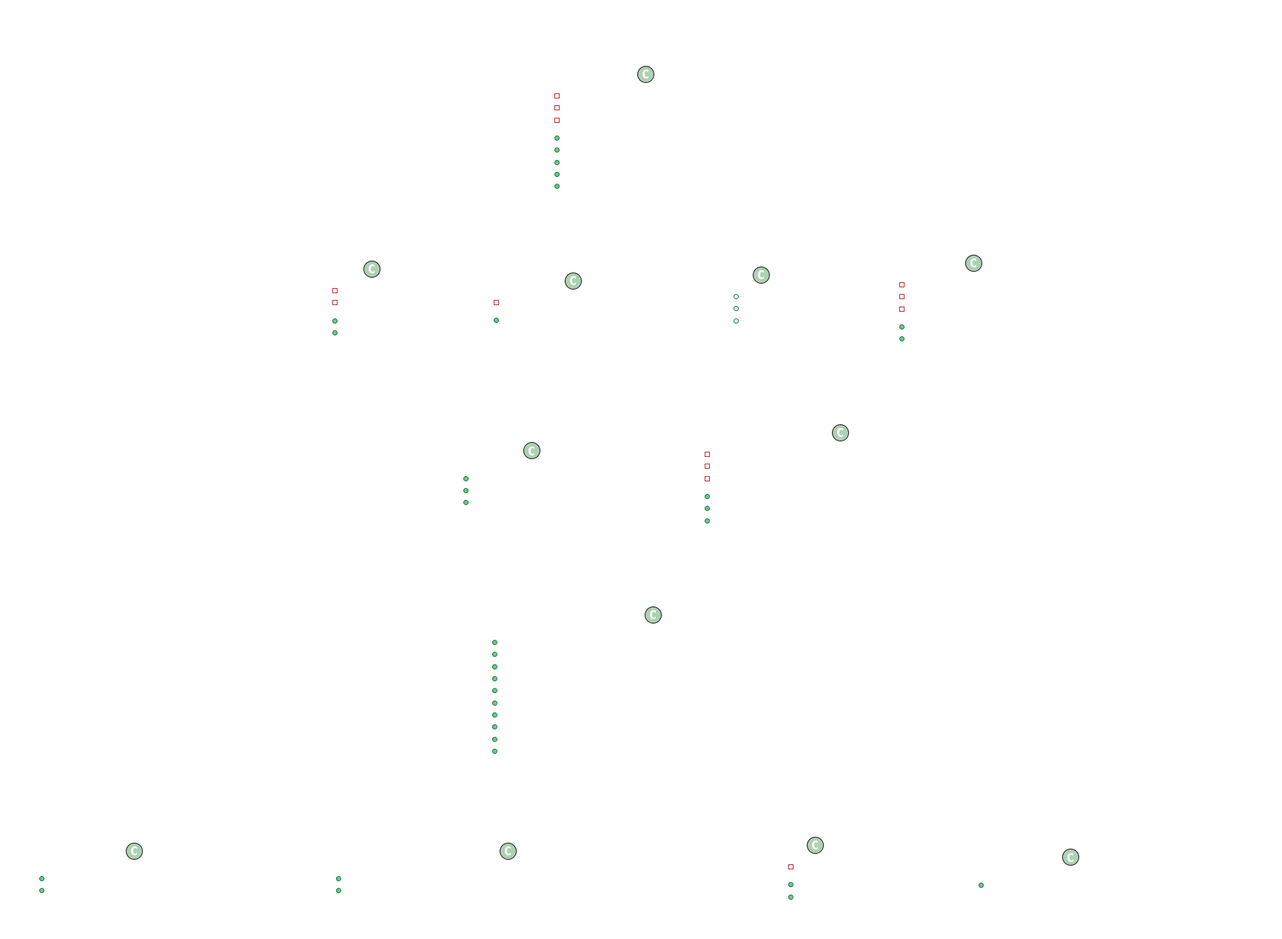
This is docs/media/react_app_package.png from INTO-CPS-Association/into-cps-application, a PlantUML export, as it was before one commit. The source it was exported from:
```plantuml
@startuml react_app_package
skinparam backgroundColor transparent
skinparam packageBackgroundColor transparent
skinparam rectangleBackgroundColor transparent
skinparam classBackgroundColor transparent
skinparam componentBackgroundColor transparent
skinparam noteBackgroundColor transparent
skinparam objectBackgroundColor transparent

skinparam packageBorderColor white
skinparam rectangleBorderColor white
skinparam classBorderColor white
skinparam componentBorderColor white
skinparam noteBorderColor white
skinparam objectBorderColor white
skinparam ArrowColor white
skinparam DefaultTextAlignment center
skinparam NoteFontColor white

skinparam ClassFontColor white
skinparam PackageFontColor white
skinparam DefaultFontColor white

!define RECTANGLE class

package "INTO-CPS React App" {

    package "Components" {
        class App {
            - darkMode: boolean
            - sidebarOpen: boolean
            - sidebarWidth: number
            + toggleDarkMode(): void
            + toggleSidebar(): void
            + handleResize(): void
            + handleToggleDarkMode(): void
            + handleError(errorMessage: string): void
        }

        class Sidebar {
            - isResponsive: boolean
            - manualOpen: boolean
            + handleResize(): void
            + handleToggle(): void
        }

        class Bottom {
            - maestroRunning: boolean
            + toggleMaestroState(): Promise<void>
        }

        class CoSimulation {
            + error: string | null
            + simulationStatus: string
            + resultsPath: string | null
        }

        class ErrorSnackbar {
            - open: boolean
            - message: string
            - severity: 'info' | 'error' | 'warning' | 'success'
            + handleError(errorMessage: string): void
            + handleClose(): void
        }
    }

    package "Hooks" {
        class useCosimulation {
            - error: string | null
            - simulationStatus: string
            - resultsPath: string | null
            + handleStatusUpdate(event: unknown, status: string): Promise<void>
            + handleCoeError(event: unknown, errorMessage: string): void
            + handleCoeReset(): void
        }

        class useMaestro {
            + startMaestro(): Promise<void>
            + stopMaestro(): Promise<void>
            + getSessionId(): Promise<string | null>
        }
    }

    package "APIs" {
        class CosimulationAPI {
            + maestro(args: { type: string, data?: unknown }): Promise<MaestroResponse>
            + onSimulationStatus(callback): void
            + removeSimulationStatusListener(callback): void
            + addCoeErrorListener(callback): void
            + removeCoeErrorListener(): void
            + addCoeResetListener(callback): void
            + removeCoeResetListener(): void
            + getSessionId(): Promise<string | null>
            + getConfig(): Promise<ConfigMaestro | null>
            + getSimulationResult(sessionId: string): Promise<string>
        }
    }

    package "Utilities" {
        class MaestroUtils {
            + isPortInUse(port: number): Promise<boolean>
            + killProcessOnPort(port: number): Promise<void>
        }

        class ErrorHandler {
            + handleError(error: unknown): void
            + sendNotification(message: string, type: 'success' | 'error' | 'warning' | 'info'): void
        }

        class SimulationContext {
            - sessionId: string | null
            + getSessionId(): string | null
            + setSessionId(id: string): void
        }

        class MenuManager {
            + updateCosimulationMenu(enabled: boolean): void
        }
    }

    App --> Sidebar : uses
    App --> Bottom : uses
    App --> CoSimulation : uses
    App --> ErrorSnackbar : uses

    CoSimulation --> useCosimulation : «use»
    useCosimulation ..> CosimulationAPI : «listen»
    useMaestro ..> CosimulationAPI : «invoke»

    Bottom ..> CosimulationAPI : «invoke»
    Bottom ..> useMaestro : «use»

    ErrorSnackbar ..> CosimulationAPI : «error handler»

    CosimulationAPI --> MaestroUtils : «uses»
    CosimulationAPI --> SimulationContext : «session management»
    CosimulationAPI --> MenuManager : «UI update»
    CosimulationAPI --> ErrorHandler : «error management»

@enduml
```
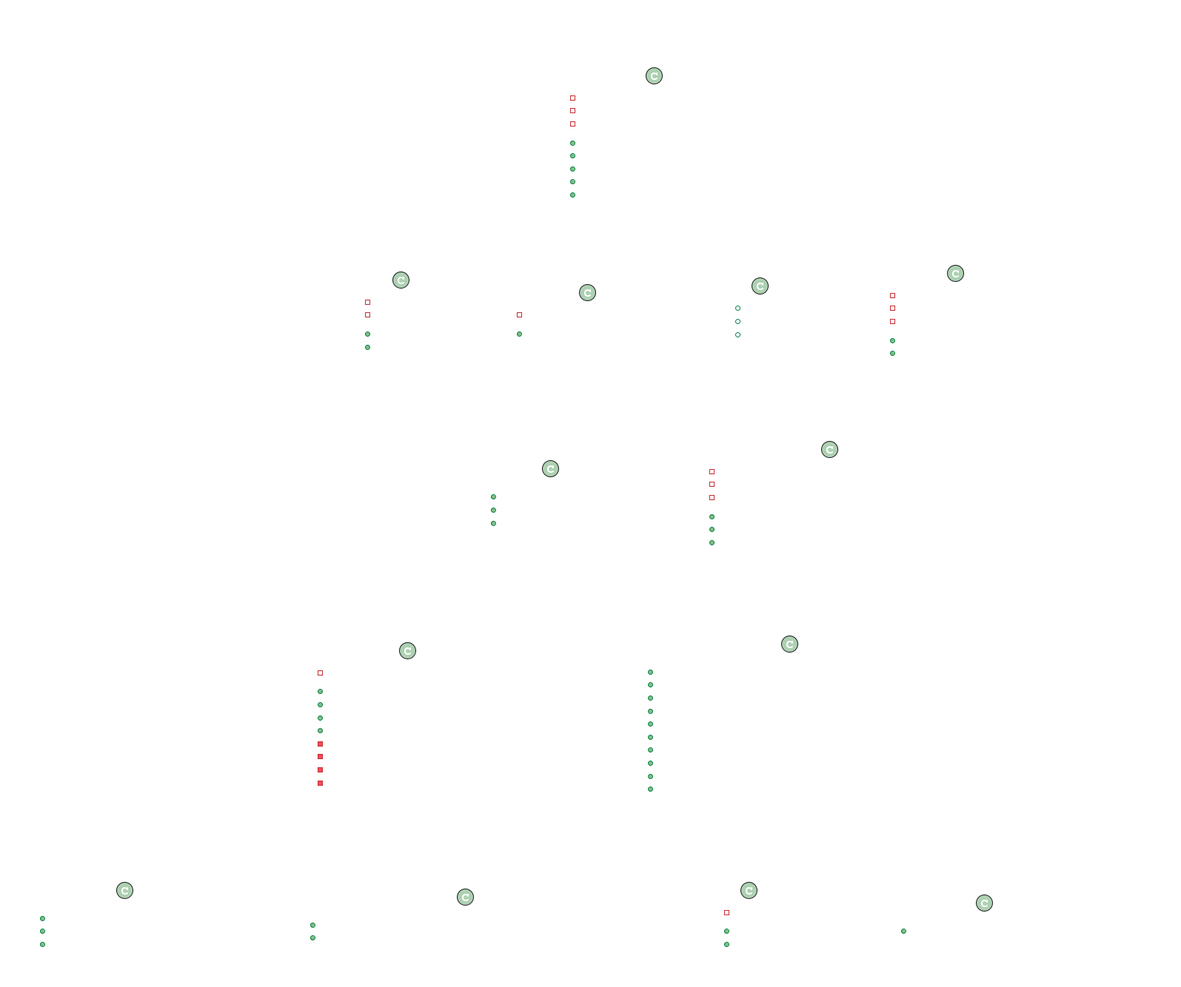
After the commit.

Commit message:
- Updated User Guide - Updated Documentation with new features - Integrated features in diagrams

What changed in the source:
```diff
@@ -100,6 +100,7 @@
         class MaestroUtils {
             + isPortInUse(port: number): Promise<boolean>
             + killProcessOnPort(port: number): Promise<void>
+            + getReadableTimestamp(): string
         }
 
         class ErrorHandler {
@@ -115,6 +116,20 @@
 
         class MenuManager {
             + updateCosimulationMenu(enabled: boolean): void
+        }
+    }
+
+    package "MaestroManager" {
+        class MaestroManager {
+            + startMaestro(): Promise<MaestroResponse>
+            + stopMaestro(): Promise<void>
+            + startSimulation(): Promise<void>
+            + getSimulationResult(sessionId: string): Promise<string>
+            - extractMaestroJar(): void
+            - sendSimulationStatus(status: string): void
+            - initializeLoggingFile(type: string): string | null
+            - safeWrite(stream, message, type): void
+            - isStartSimulationRunning: boolean
         }
     }
 
@@ -137,4 +152,10 @@
     CosimulationAPI --> MenuManager : «UI update»
     CosimulationAPI --> ErrorHandler : «error management»
 
+    MaestroManager --> MaestroUtils : «uses»
+    MaestroManager --> SimulationContext : «session management»
+    MaestroManager --> ErrorHandler : «error handling»
+    MaestroManager --> MenuManager : «UI update»
+}
+
 @enduml
```
